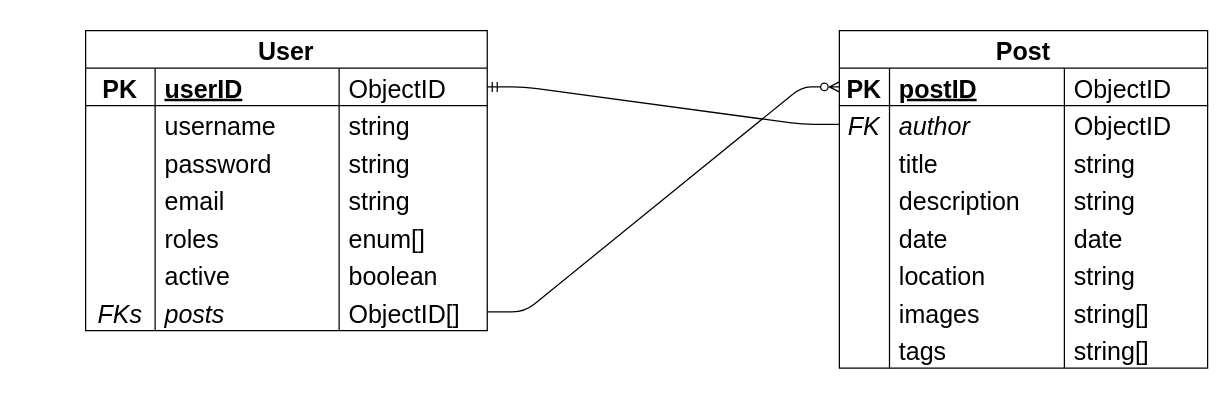
ubcdsci/ubcdsci_website_ts keeps this draw.io diagram as _resources/ERD.drawio. Above is the earlier version. Source tidied: cells renumbered, new cells numbered last; positions are measured from the earlier drawing's top-left corner, leaving out a move shared by most shapes. Both pictures are drawn from the tidied source at 125%, with x=0, y=0 at pixel (85, 30).
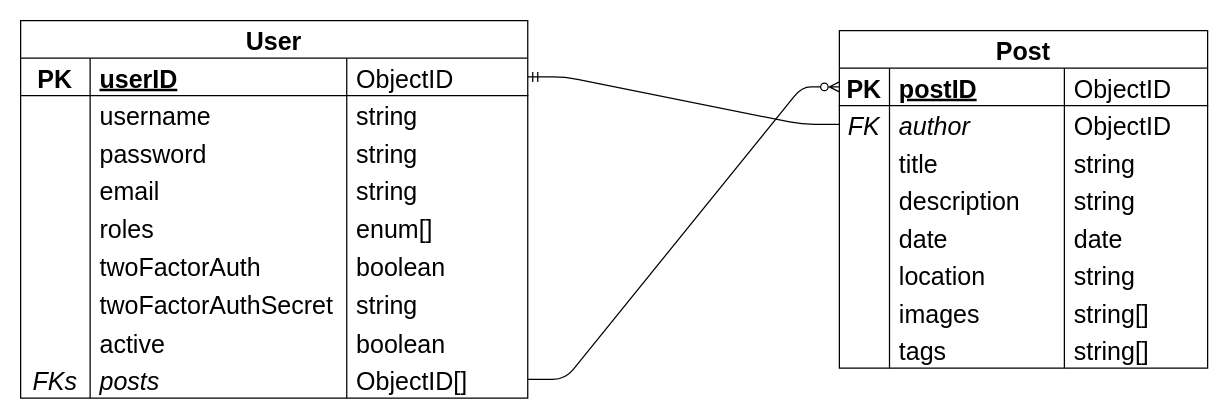
After the change.

Change to the diagram source:
```diff
@@
     <mxCell id="2" value="User" style="shape=table;startSize=30;childLayout=tableLayout;rowLines=0;fontStyle=1;align=center;fontSize=20;" parent="1" vertex="1">
-      <mxGeometry width="321.3" height="240" as="geometry" />
+      <mxGeometry x="-52" y="-8" width="405.7" height="302" as="geometry" />
     </mxCell>
     <mxCell id="3" style="shape=tableRow;horizontal=0;startSize=0;swimlaneHead=0;swimlaneBody=0;fillColor=none;points=[[0,0.5],[1,0.5]];portConstraint=eastwest;top=0;left=0;right=0;bottom=1;fontSize=20;" parent="2" vertex="1">
-      <mxGeometry y="30" width="321.3" height="30" as="geometry" />
+      <mxGeometry y="30" width="405.7" height="30" as="geometry" />
     </mxCell>
@@
     <mxCell id="5" value="userID" style="shape=partialRectangle;fillColor=none;top=0;left=0;bottom=0;right=0;align=left;spacingLeft=6;fontStyle=5;overflow=hidden;fontSize=20;" parent="3" vertex="1">
-      <mxGeometry x="55.6" width="147.2" height="30" as="geometry" />
+      <mxGeometry x="55.6" width="205.3" height="30" as="geometry" />
     </mxCell>
     <mxCell id="6" value="ObjectID" style="shape=partialRectangle;fillColor=none;top=0;left=0;bottom=0;right=0;align=left;spacingLeft=6;fontStyle=0;overflow=hidden;fontSize=20;" parent="3" vertex="1">
-      <mxGeometry x="202.8" width="118.5" height="30" as="geometry" />
+      <mxGeometry x="260.9" width="144.8" height="30" as="geometry" />
     </mxCell>
     <mxCell id="7" style="shape=tableRow;horizontal=0;startSize=0;swimlaneHead=0;swimlaneBody=0;fillColor=none;top=0;left=0;right=0;bottom=0;fontSize=20;" parent="2" vertex="1">
-      <mxGeometry y="60" width="321.3" height="30" as="geometry" />
+      <mxGeometry y="60" width="405.7" height="30" as="geometry" />
     </mxCell>
@@
     <mxCell id="9" value="username" style="shape=partialRectangle;fillColor=none;top=0;left=0;bottom=0;right=0;align=left;spacingLeft=6;overflow=hidden;fontSize=20;" parent="7" vertex="1">
-      <mxGeometry x="55.6" width="147.2" height="30" as="geometry" />
+      <mxGeometry x="55.6" width="205.3" height="30" as="geometry" />
     </mxCell>
     <mxCell id="10" value="string" style="shape=partialRectangle;fillColor=none;top=0;left=0;bottom=0;right=0;align=left;spacingLeft=6;overflow=hidden;fontSize=20;" parent="7" vertex="1">
-      <mxGeometry x="202.8" width="118.5" height="30" as="geometry" />
+      <mxGeometry x="260.9" width="144.8" height="30" as="geometry" />
     </mxCell>
     <mxCell id="11" style="shape=tableRow;horizontal=0;startSize=0;swimlaneHead=0;swimlaneBody=0;fillColor=none;top=0;left=0;right=0;bottom=0;fontSize=20;" parent="2" vertex="1">
-      <mxGeometry y="90" width="321.3" height="30" as="geometry" />
+      <mxGeometry y="90" width="405.7" height="30" as="geometry" />
     </mxCell>
@@
     <mxCell id="13" value="password" style="shape=partialRectangle;fillColor=none;top=0;left=0;bottom=0;right=0;align=left;spacingLeft=6;overflow=hidden;fontSize=20;" parent="11" vertex="1">
-      <mxGeometry x="55.6" width="147.2" height="30" as="geometry" />
+      <mxGeometry x="55.6" width="205.3" height="30" as="geometry" />
     </mxCell>
     <mxCell id="14" value="string" style="shape=partialRectangle;fillColor=none;top=0;left=0;bottom=0;right=0;align=left;spacingLeft=6;overflow=hidden;fontSize=20;" parent="11" vertex="1">
-      <mxGeometry x="202.8" width="118.5" height="30" as="geometry" />
+      <mxGeometry x="260.9" width="144.8" height="30" as="geometry" />
     </mxCell>
     <mxCell id="15" style="shape=tableRow;horizontal=0;startSize=0;swimlaneHead=0;swimlaneBody=0;fillColor=none;top=0;left=0;right=0;bottom=0;fontSize=20;" parent="2" vertex="1">
-      <mxGeometry y="120" width="321.3" height="30" as="geometry" />
+      <mxGeometry y="120" width="405.7" height="30" as="geometry" />
     </mxCell>
@@
     <mxCell id="17" value="email" style="shape=partialRectangle;fillColor=none;top=0;left=0;bottom=0;right=0;align=left;spacingLeft=6;overflow=hidden;fontSize=20;" parent="15" vertex="1">
-      <mxGeometry x="55.6" width="147.2" height="30" as="geometry" />
+      <mxGeometry x="55.6" width="205.3" height="30" as="geometry" />
     </mxCell>
     <mxCell id="18" value="string" style="shape=partialRectangle;fillColor=none;top=0;left=0;bottom=0;right=0;align=left;spacingLeft=6;overflow=hidden;fontSize=20;" parent="15" vertex="1">
-      <mxGeometry x="202.8" width="118.5" height="30" as="geometry" />
+      <mxGeometry x="260.9" width="144.8" height="30" as="geometry" />
     </mxCell>
     <mxCell id="19" style="shape=tableRow;horizontal=0;startSize=0;swimlaneHead=0;swimlaneBody=0;fillColor=none;top=0;left=0;right=0;bottom=0;fontSize=20;" parent="2" vertex="1">
-      <mxGeometry y="150" width="321.3" height="30" as="geometry" />
+      <mxGeometry y="150" width="405.7" height="30" as="geometry" />
     </mxCell>
@@
     <mxCell id="21" value="roles" style="shape=partialRectangle;fillColor=none;top=0;left=0;bottom=0;right=0;align=left;spacingLeft=6;overflow=hidden;fontSize=20;" parent="19" vertex="1">
-      <mxGeometry x="55.6" width="147.2" height="30" as="geometry" />
+      <mxGeometry x="55.6" width="205.3" height="30" as="geometry" />
     </mxCell>
     <mxCell id="22" value="enum[]" style="shape=partialRectangle;fillColor=none;top=0;left=0;bottom=0;right=0;align=left;spacingLeft=6;overflow=hidden;fontSize=20;" parent="19" vertex="1">
-      <mxGeometry x="202.8" width="118.5" height="30" as="geometry" />
+      <mxGeometry x="260.9" width="144.8" height="30" as="geometry" />
     </mxCell>
+    <mxCell id="66" style="shape=tableRow;horizontal=0;startSize=0;swimlaneHead=0;swimlaneBody=0;fillColor=none;top=0;left=0;right=0;bottom=0;fontSize=20;" parent="2" vertex="1">
+      <mxGeometry y="180" width="405.7" height="31" as="geometry" />
+    </mxCell>
+    <mxCell id="67" style="shape=partialRectangle;fillColor=none;top=0;left=0;bottom=0;right=0;overflow=hidden;fontSize=20;" parent="66" vertex="1">
+      <mxGeometry width="55.6" height="31" as="geometry" />
+    </mxCell>
+    <mxCell id="68" value="twoFactorAuth" style="shape=partialRectangle;fillColor=none;top=0;left=0;bottom=0;right=0;align=left;spacingLeft=6;overflow=hidden;fontSize=20;" parent="66" vertex="1">
+      <mxGeometry x="55.6" width="205.3" height="31" as="geometry" />
+    </mxCell>
+    <mxCell id="69" value="boolean" style="shape=partialRectangle;fillColor=none;top=0;left=0;bottom=0;right=0;align=left;spacingLeft=6;overflow=hidden;fontSize=20;" parent="66" vertex="1">
+      <mxGeometry x="260.9" width="144.8" height="31" as="geometry" />
+    </mxCell>
+    <mxCell id="70" style="shape=tableRow;horizontal=0;startSize=0;swimlaneHead=0;swimlaneBody=0;fillColor=none;top=0;left=0;right=0;bottom=0;fontSize=20;" parent="2" vertex="1">
+      <mxGeometry y="211" width="405.7" height="31" as="geometry" />
+    </mxCell>
+    <mxCell id="71" style="shape=partialRectangle;fillColor=none;top=0;left=0;bottom=0;right=0;overflow=hidden;fontSize=20;" parent="70" vertex="1">
+      <mxGeometry width="55.6" height="31" as="geometry" />
+    </mxCell>
+    <mxCell id="72" value="twoFactorAuthSecret" style="shape=partialRectangle;fillColor=none;top=0;left=0;bottom=0;right=0;align=left;spacingLeft=6;overflow=hidden;fontSize=20;" parent="70" vertex="1">
+      <mxGeometry x="55.6" width="205.3" height="31" as="geometry" />
+    </mxCell>
+    <mxCell id="73" value="string" style="shape=partialRectangle;fillColor=none;top=0;left=0;bottom=0;right=0;align=left;spacingLeft=6;overflow=hidden;fontSize=20;" parent="70" vertex="1">
+      <mxGeometry x="260.9" width="144.8" height="31" as="geometry" />
+    </mxCell>
     <mxCell id="23" style="shape=tableRow;horizontal=0;startSize=0;swimlaneHead=0;swimlaneBody=0;fillColor=none;top=0;left=0;right=0;bottom=0;fontSize=20;" parent="2" vertex="1">
-      <mxGeometry y="180" width="321.3" height="30" as="geometry" />
+      <mxGeometry y="242" width="405.7" height="30" as="geometry" />
     </mxCell>
@@
     <mxCell id="25" value="active" style="shape=partialRectangle;fillColor=none;top=0;left=0;bottom=0;right=0;align=left;spacingLeft=6;overflow=hidden;fontSize=20;" parent="23" vertex="1">
-      <mxGeometry x="55.6" width="147.2" height="30" as="geometry" />
+      <mxGeometry x="55.6" width="205.3" height="30" as="geometry" />
     </mxCell>
     <mxCell id="26" value="boolean" style="shape=partialRectangle;fillColor=none;top=0;left=0;bottom=0;right=0;align=left;spacingLeft=6;overflow=hidden;fontSize=20;" parent="23" vertex="1">
-      <mxGeometry x="202.8" width="118.5" height="30" as="geometry" />
+      <mxGeometry x="260.9" width="144.8" height="30" as="geometry" />
     </mxCell>
     <mxCell id="27" style="shape=tableRow;horizontal=0;startSize=0;swimlaneHead=0;swimlaneBody=0;fillColor=none;points=[[0,0.5],[1,0.5]];portConstraint=eastwest;top=0;left=0;right=0;bottom=0;fontSize=20;" parent="2" vertex="1">
-      <mxGeometry y="210" width="321.3" height="30" as="geometry" />
+      <mxGeometry y="272" width="405.7" height="30" as="geometry" />
     </mxCell>
@@
     <mxCell id="29" value="posts" style="shape=partialRectangle;fillColor=none;top=0;left=0;bottom=0;right=0;align=left;spacingLeft=6;overflow=hidden;fontSize=20;fontStyle=2;" parent="27" vertex="1">
-      <mxGeometry x="55.6" width="147.2" height="30" as="geometry" />
+      <mxGeometry x="55.6" width="205.3" height="30" as="geometry" />
     </mxCell>
     <mxCell id="30" value="ObjectID[]" style="shape=partialRectangle;fillColor=none;top=0;left=0;bottom=0;right=0;align=left;spacingLeft=6;overflow=hidden;fontSize=20;" parent="27" vertex="1">
-      <mxGeometry x="202.8" width="118.5" height="30" as="geometry" />
+      <mxGeometry x="260.9" width="144.8" height="30" as="geometry" />
     </mxCell>
```
